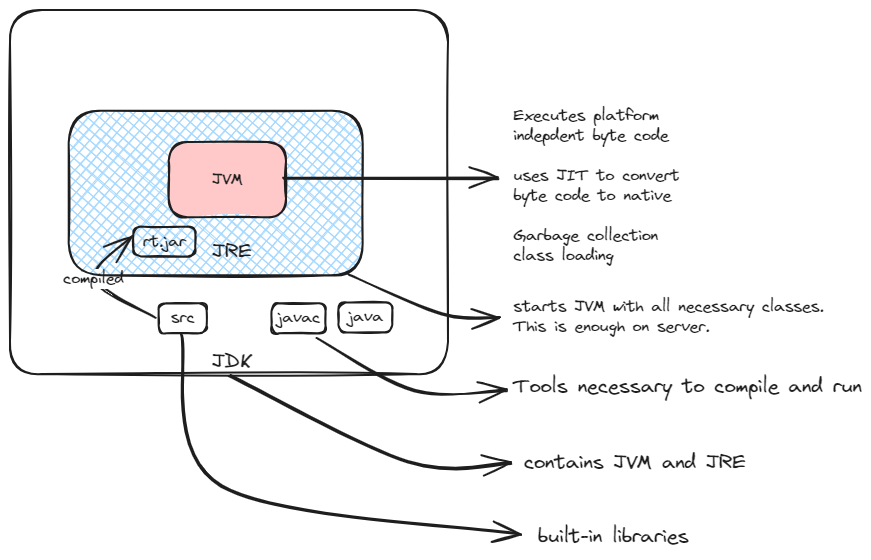
swaroopar/inprogress-engineer keeps this Excalidraw diagram as static/img/jdk-jre-jvm.excalidraw.png. Above is the earlier version. Source tidied: one line per element, renumbered; positions are measured from the earlier drawing's top-left corner, leaving out a move shared by most shapes. The source it was exported from:
```json
{"id": 0, "type": "rectangle", "strokeColor": "#1e1e1e", "backgroundColor": "#a5d8ff", "fillStyle": "cross-hatch", "strokeWidth": 2, "roughness": 1, "round": true, "x": 59, "y": 101, "width": 294, "height": 165}
{"id": 1, "type": "rectangle", "strokeColor": "#1e1e1e", "backgroundColor": "#ffc9c9", "fillStyle": "solid", "strokeWidth": 2, "roughness": 1, "round": true, "x": 159, "y": 132, "width": 117, "height": 75}
{"id": 2, "type": "text", "text": "JVM", "strokeColor": "#1e1e1e", "strokeWidth": 2, "roughness": 1, "fontSize": 16, "fontFamily": 1, "textAlign": "center", "verticalAlign": "middle", "inside": 1, "x": 202, "y": 160, "width": 31, "height": 20}
{"id": 3, "type": "text", "text": "JDK", "strokeColor": "#1e1e1e", "strokeWidth": 2, "roughness": 1, "fontSize": 20, "fontFamily": 1, "x": 202, "y": 340, "width": 41, "height": 25}
{"id": 4, "type": "text", "text": "JRE", "strokeColor": "#1e1e1e", "strokeWidth": 2, "roughness": 1, "fontSize": 20, "fontFamily": 1, "x": 202, "y": 230, "width": 40, "height": 25}
{"id": 5, "type": "rectangle", "strokeColor": "#1e1e1e", "strokeWidth": 2, "roughness": 1, "round": true, "x": 149, "y": 293, "width": 48, "height": 30}
{"id": 6, "type": "text", "text": "src", "strokeColor": "#1e1e1e", "strokeWidth": 2, "roughness": 1, "fontSize": 16, "fontFamily": 1, "textAlign": "center", "verticalAlign": "middle", "inside": 5, "x": 161, "y": 298, "width": 24, "height": 20}
{"id": 7, "type": "rectangle", "strokeColor": "#1e1e1e", "strokeWidth": 2, "roughness": 1, "round": true, "x": 262, "y": 293, "width": 54, "height": 30}
{"id": 8, "type": "text", "text": "javac", "strokeColor": "#1e1e1e", "strokeWidth": 2, "roughness": 1, "fontSize": 16, "fontFamily": 1, "textAlign": "center", "verticalAlign": "middle", "inside": 7, "x": 267, "y": 298, "width": 43, "height": 20}
{"id": 9, "type": "rectangle", "strokeColor": "#1e1e1e", "strokeWidth": 2, "roughness": 1, "round": true, "x": 123, "y": 217, "width": 62, "height": 30}
{"id": 10, "type": "text", "text": "rt.jar", "strokeColor": "#1e1e1e", "strokeWidth": 2, "roughness": 1, "fontSize": 16, "fontFamily": 1, "textAlign": "center", "verticalAlign": "middle", "inside": 9, "x": 133, "y": 222, "width": 43, "height": 20}
{"id": 11, "type": "arrow", "strokeColor": "#1e1e1e", "strokeWidth": 2, "roughness": 1, "endArrowhead": "arrow", "round": true, "from": 5, "to": 9, "x": 144, "y": 307, "width": 61, "height": 81, "points": [[0, 0], [-61, -38], [-22, -81]]}
{"id": 12, "type": "text", "text": "compiled", "strokeColor": "#1e1e1e", "strokeWidth": 2, "roughness": 1, "fontSize": 16, "fontFamily": 1, "textAlign": "center", "verticalAlign": "middle", "inside": 11, "x": 53, "y": 259, "width": 60, "height": 20}
{"id": 13, "type": "arrow", "strokeColor": "#1e1e1e", "strokeWidth": 2, "roughness": 1, "endArrowhead": "arrow", "round": true, "x": 273, "y": 168, "width": 215, "height": 0, "points": [[0, 0], [215, 0]]}
{"id": 14, "type": "text", "text": "Executes platform\nindepdent byte code\n\nuses JIT to convert\nbyte code to native\n\nGarbage collection\nclass loading", "strokeColor": "#1e1e1e", "strokeWidth": 2, "roughness": 1, "fontSize": 16, "fontFamily": 1, "x": 503, "y": 96, "width": 166, "height": 160}
{"id": 15, "type": "rectangle", "strokeColor": "#1e1e1e", "strokeWidth": 2, "roughness": 1, "round": true, "x": 328, "y": 292, "width": 54, "height": 30}
{"id": 16, "type": "text", "text": "java", "strokeColor": "#1e1e1e", "strokeWidth": 2, "roughness": 1, "fontSize": 16, "fontFamily": 1, "textAlign": "center", "verticalAlign": "middle", "inside": 15, "x": 338, "y": 297, "width": 35, "height": 20}
{"id": 17, "type": "arrow", "strokeColor": "#1e1e1e", "strokeWidth": 2, "roughness": 1, "endArrowhead": "arrow", "round": true, "to": 18, "x": 339, "y": 265, "width": 151, "height": 43, "points": [[0, 0], [94, 40], [151, 43]]}
{"id": 18, "type": "text", "text": "starts JVM with all necessary classes.\nThis is enough on server.", "strokeColor": "#1e1e1e", "strokeWidth": 2, "roughness": 1, "fontSize": 16, "fontFamily": 1, "x": 503, "y": 287, "width": 311, "height": 40}
{"id": 19, "type": "rectangle", "strokeColor": "#1e1e1e", "strokeWidth": 2, "roughness": 1, "round": true, "x": 0, "y": 0, "width": 438, "height": 364}
{"id": 20, "type": "arrow", "strokeColor": "#1e1e1e", "strokeWidth": 2, "roughness": 1, "endArrowhead": "arrow", "round": true, "from": 5, "x": 171, "y": 326, "width": 338, "height": 198, "points": [[0, 0], [41, 151], [338, 198]]}
{"id": 21, "type": "arrow", "strokeColor": "#1e1e1e", "strokeWidth": 2, "roughness": 1, "endArrowhead": "arrow", "round": true, "from": 19, "to": 22, "x": 219, "y": 366, "width": 282, "height": 87, "points": [[0, 0], [179, 86], [282, 87]]}
{"id": 22, "type": "text", "text": "contains JVM and JRE", "strokeColor": "#1e1e1e", "strokeWidth": 2, "roughness": 1, "fontSize": 20, "fontFamily": 1, "x": 514, "y": 441, "width": 222, "height": 25}
{"id": 23, "type": "arrow", "strokeColor": "#1e1e1e", "strokeWidth": 2, "roughness": 1, "endArrowhead": "arrow", "round": true, "x": 307, "y": 328, "width": 188, "height": 52, "points": [[0, 0], [98, 52], [188, 52]]}
{"id": 24, "type": "text", "text": "Tools necessary to compile and run", "strokeColor": "#1e1e1e", "strokeWidth": 2, "roughness": 1, "fontSize": 20, "fontFamily": 1, "x": 503, "y": 365, "width": 349, "height": 25}
{"id": 25, "type": "text", "text": "built-in libraries", "strokeColor": "#1e1e1e", "strokeWidth": 2, "roughness": 1, "fontSize": 20, "fontFamily": 1, "x": 528, "y": 515, "width": 151, "height": 25}
```
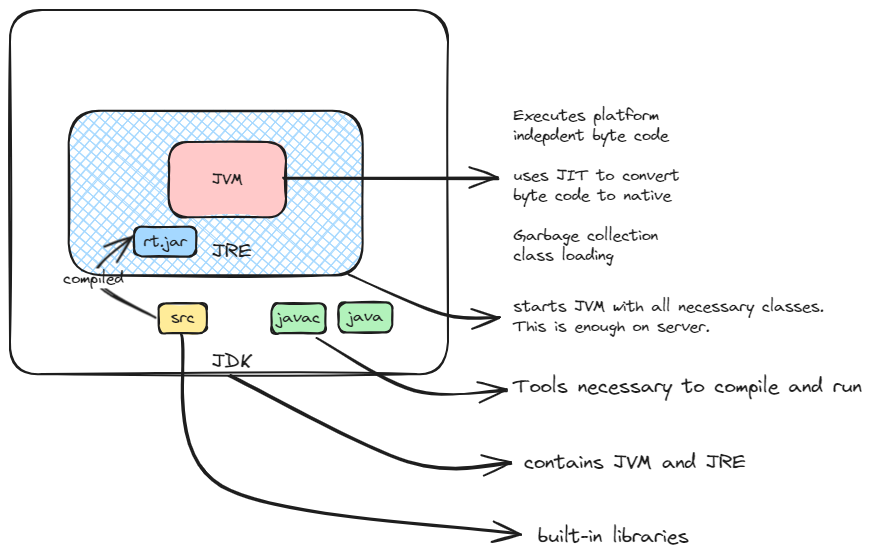
Above is the later version.

Commit message:
add java platform independence doc

The edit, as a diff of the source:
```diff
@@ -3,17 +3,17 @@
 {"id": 2, "type": "text", "text": "JVM", "strokeColor": "#1e1e1e", "strokeWidth": 2, "roughness": 1, "fontSize": 16, "fontFamily": 1, "textAlign": "center", "verticalAlign": "middle", "inside": 1, "x": 202, "y": 160, "width": 31, "height": 20}
 {"id": 3, "type": "text", "text": "JDK", "strokeColor": "#1e1e1e", "strokeWidth": 2, "roughness": 1, "fontSize": 20, "fontFamily": 1, "x": 202, "y": 340, "width": 41, "height": 25}
 {"id": 4, "type": "text", "text": "JRE", "strokeColor": "#1e1e1e", "strokeWidth": 2, "roughness": 1, "fontSize": 20, "fontFamily": 1, "x": 202, "y": 230, "width": 40, "height": 25}
-{"id": 5, "type": "rectangle", "strokeColor": "#1e1e1e", "strokeWidth": 2, "roughness": 1, "round": true, "x": 149, "y": 293, "width": 48, "height": 30}
+{"id": 5, "type": "rectangle", "strokeColor": "#1e1e1e", "backgroundColor": "#ffec99", "fillStyle": "solid", "strokeWidth": 2, "roughness": 1, "round": true, "x": 149, "y": 293, "width": 48, "height": 30}
 {"id": 6, "type": "text", "text": "src", "strokeColor": "#1e1e1e", "strokeWidth": 2, "roughness": 1, "fontSize": 16, "fontFamily": 1, "textAlign": "center", "verticalAlign": "middle", "inside": 5, "x": 161, "y": 298, "width": 24, "height": 20}
-{"id": 7, "type": "rectangle", "strokeColor": "#1e1e1e", "strokeWidth": 2, "roughness": 1, "round": true, "x": 262, "y": 293, "width": 54, "height": 30}
+{"id": 7, "type": "rectangle", "strokeColor": "#1e1e1e", "backgroundColor": "#b2f2bb", "fillStyle": "solid", "strokeWidth": 2, "roughness": 1, "round": true, "x": 262, "y": 293, "width": 54, "height": 30}
 {"id": 8, "type": "text", "text": "javac", "strokeColor": "#1e1e1e", "strokeWidth": 2, "roughness": 1, "fontSize": 16, "fontFamily": 1, "textAlign": "center", "verticalAlign": "middle", "inside": 7, "x": 267, "y": 298, "width": 43, "height": 20}
-{"id": 9, "type": "rectangle", "strokeColor": "#1e1e1e", "strokeWidth": 2, "roughness": 1, "round": true, "x": 123, "y": 217, "width": 62, "height": 30}
+{"id": 9, "type": "rectangle", "strokeColor": "#1e1e1e", "backgroundColor": "#a5d8ff", "fillStyle": "solid", "strokeWidth": 2, "roughness": 1, "round": true, "x": 124, "y": 217, "width": 62, "height": 30}
-{"id": 10, "type": "text", "text": "rt.jar", "strokeColor": "#1e1e1e", "strokeWidth": 2, "roughness": 1, "fontSize": 16, "fontFamily": 1, "textAlign": "center", "verticalAlign": "middle", "inside": 9, "x": 133, "y": 222, "width": 43, "height": 20}
+{"id": 10, "type": "text", "text": "rt.jar", "strokeColor": "#1e1e1e", "strokeWidth": 2, "roughness": 1, "fontSize": 16, "fontFamily": 1, "textAlign": "center", "verticalAlign": "middle", "inside": 9, "x": 134, "y": 222, "width": 43, "height": 20}
-{"id": 11, "type": "arrow", "strokeColor": "#1e1e1e", "strokeWidth": 2, "roughness": 1, "endArrowhead": "arrow", "round": true, "from": 5, "to": 9, "x": 144, "y": 307, "width": 61, "height": 81, "points": [[0, 0], [-61, -38], [-22, -81]]}
+{"id": 11, "type": "arrow", "strokeColor": "#1e1e1e", "strokeWidth": 2, "roughness": 1, "endArrowhead": "arrow", "round": true, "from": 5, "to": 9, "x": 144, "y": 307, "width": 61, "height": 81, "points": [[0, 0], [-61, -38], [-21, -81]]}
 {"id": 12, "type": "text", "text": "compiled", "strokeColor": "#1e1e1e", "strokeWidth": 2, "roughness": 1, "fontSize": 16, "fontFamily": 1, "textAlign": "center", "verticalAlign": "middle", "inside": 11, "x": 53, "y": 259, "width": 60, "height": 20}
 {"id": 13, "type": "arrow", "strokeColor": "#1e1e1e", "strokeWidth": 2, "roughness": 1, "endArrowhead": "arrow", "round": true, "x": 273, "y": 168, "width": 215, "height": 0, "points": [[0, 0], [215, 0]]}
 {"id": 14, "type": "text", "text": "Executes platform\nindepdent byte code\n\nuses JIT to convert\nbyte code to native\n\nGarbage collection\nclass loading", "strokeColor": "#1e1e1e", "strokeWidth": 2, "roughness": 1, "fontSize": 16, "fontFamily": 1, "x": 503, "y": 96, "width": 166, "height": 160}
-{"id": 15, "type": "rectangle", "strokeColor": "#1e1e1e", "strokeWidth": 2, "roughness": 1, "round": true, "x": 328, "y": 292, "width": 54, "height": 30}
+{"id": 15, "type": "rectangle", "strokeColor": "#1e1e1e", "backgroundColor": "#b2f2bb", "fillStyle": "solid", "strokeWidth": 2, "roughness": 1, "round": true, "x": 328, "y": 292, "width": 54, "height": 30}
 {"id": 16, "type": "text", "text": "java", "strokeColor": "#1e1e1e", "strokeWidth": 2, "roughness": 1, "fontSize": 16, "fontFamily": 1, "textAlign": "center", "verticalAlign": "middle", "inside": 15, "x": 338, "y": 297, "width": 35, "height": 20}
 {"id": 17, "type": "arrow", "strokeColor": "#1e1e1e", "strokeWidth": 2, "roughness": 1, "endArrowhead": "arrow", "round": true, "to": 18, "x": 339, "y": 265, "width": 151, "height": 43, "points": [[0, 0], [94, 40], [151, 43]]}
 {"id": 18, "type": "text", "text": "starts JVM with all necessary classes.\nThis is enough on server.", "strokeColor": "#1e1e1e", "strokeWidth": 2, "roughness": 1, "fontSize": 16, "fontFamily": 1, "x": 503, "y": 287, "width": 311, "height": 40}
```
